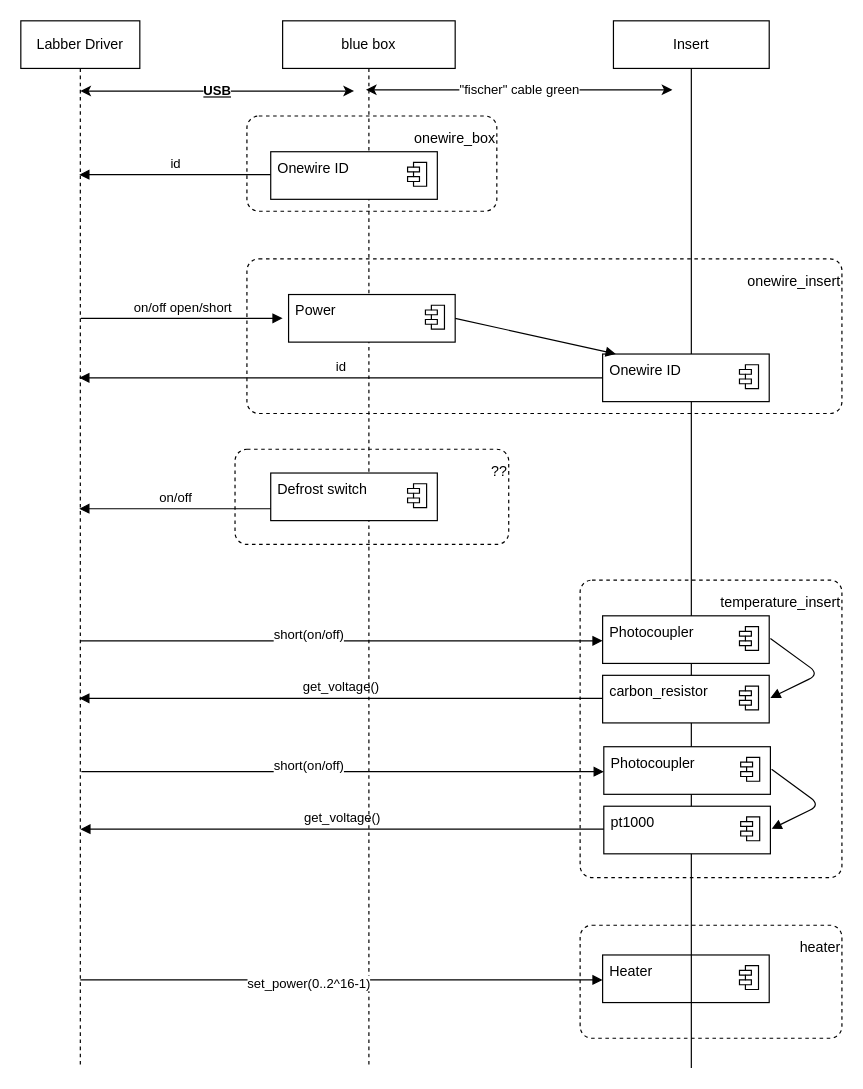
nanophysics/heater_thermometrie_2021 keeps this draw.io diagram as page "Components" (2 of 2) of doc_design/design_components.drawio. Above is the earlier version. Source tidied: cells renumbered, new cells numbered last; positions are measured from the earlier drawing's top-left corner, leaving out a move shared by most shapes. Both pictures are drawn from the tidied source at 119%, with x=0, y=0 at pixel (20, 20).
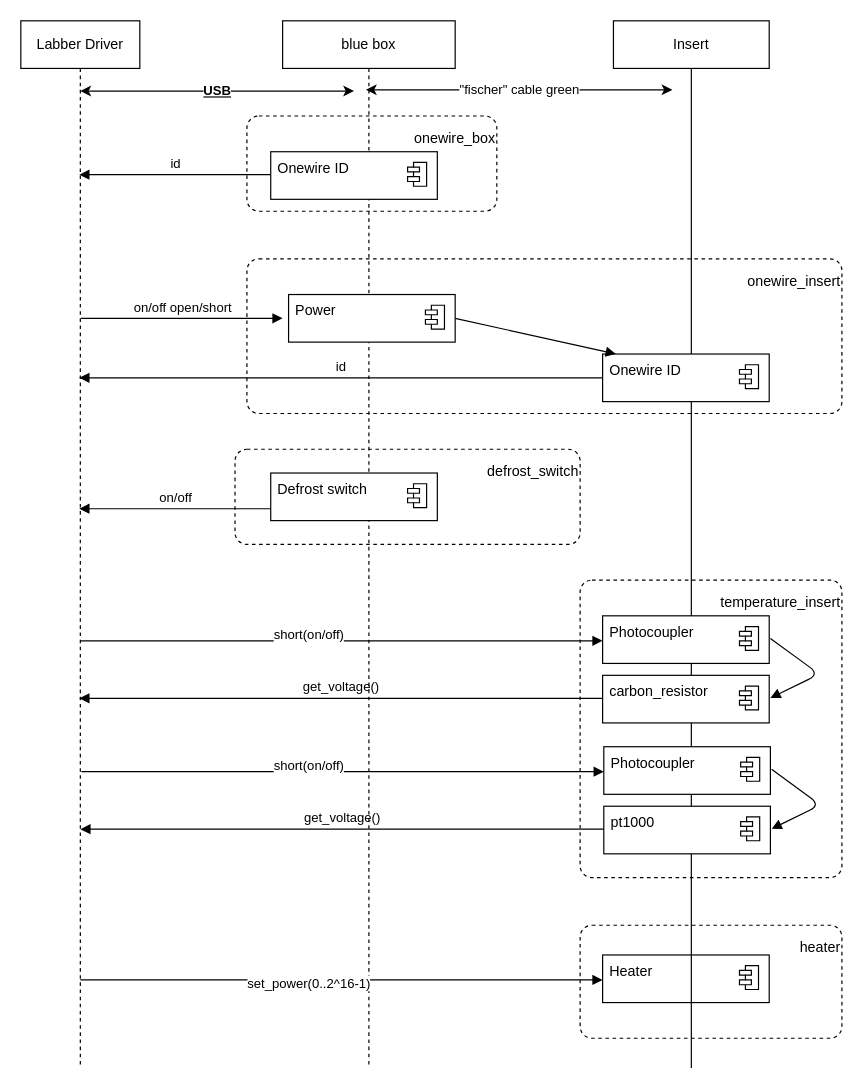
The same page after the edit.

The edit, as a diff of the source:
```diff
@@
-    <mxCell id="2" value="??" style="dashed=1;rounded=1;absoluteArcSize=1;arcSize=20;html=1;verticalAlign=top;align=right;spacingTop=5;spacingLeft=10;" parent="1" vertex="1">
-      <mxGeometry x="180" y="360" width="230" height="80" as="geometry" />
+    <mxCell id="2" value="defrost_switch" style="dashed=1;rounded=1;absoluteArcSize=1;arcSize=20;html=1;verticalAlign=top;align=right;spacingTop=5;spacingLeft=10;" parent="1" vertex="1">
+      <mxGeometry x="180" y="360" width="290" height="80" as="geometry" />
     </mxCell>
```
